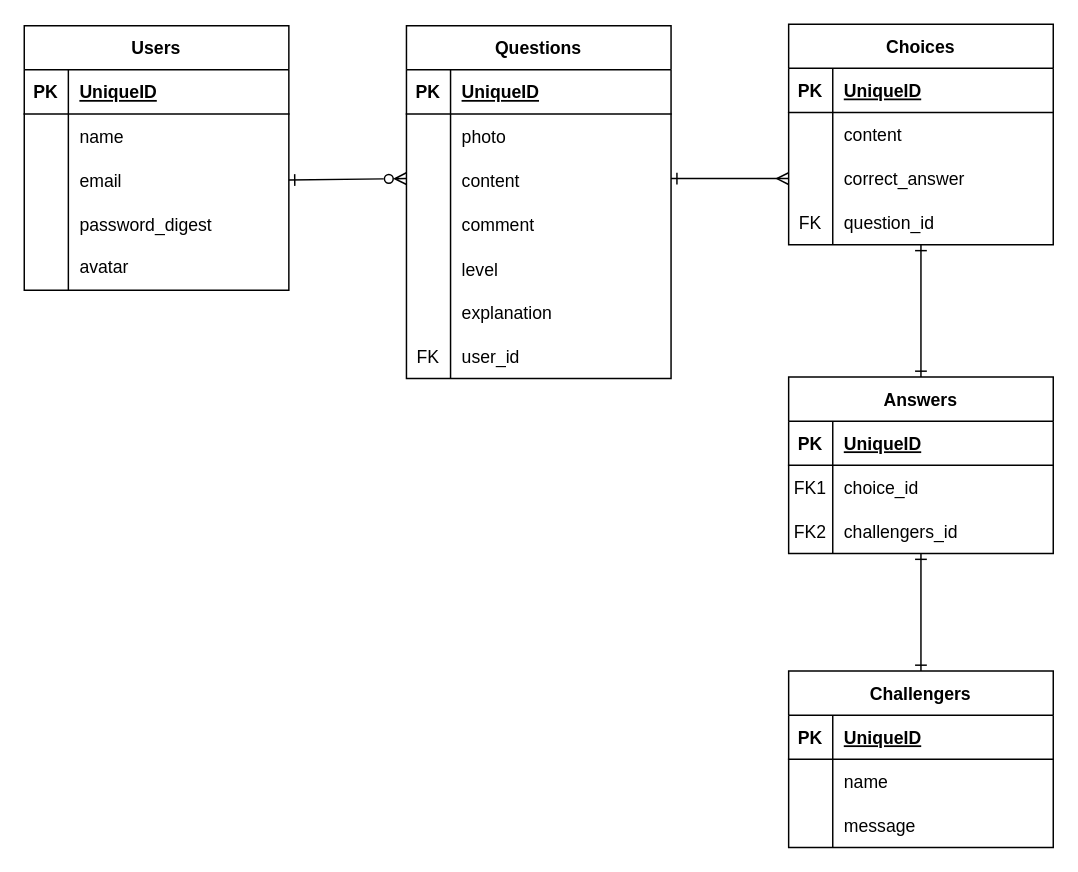
Above: ER.drawio in yamashita-a420/welcome_quiz (draw.io), before the change. Source tidied: cells renumbered, new cells numbered last; positions are measured from the earlier drawing's top-left corner, leaving out a move shared by most shapes. Both pictures are drawn from the tidied source at 147%, with x=0, y=0 at pixel (24, 24).
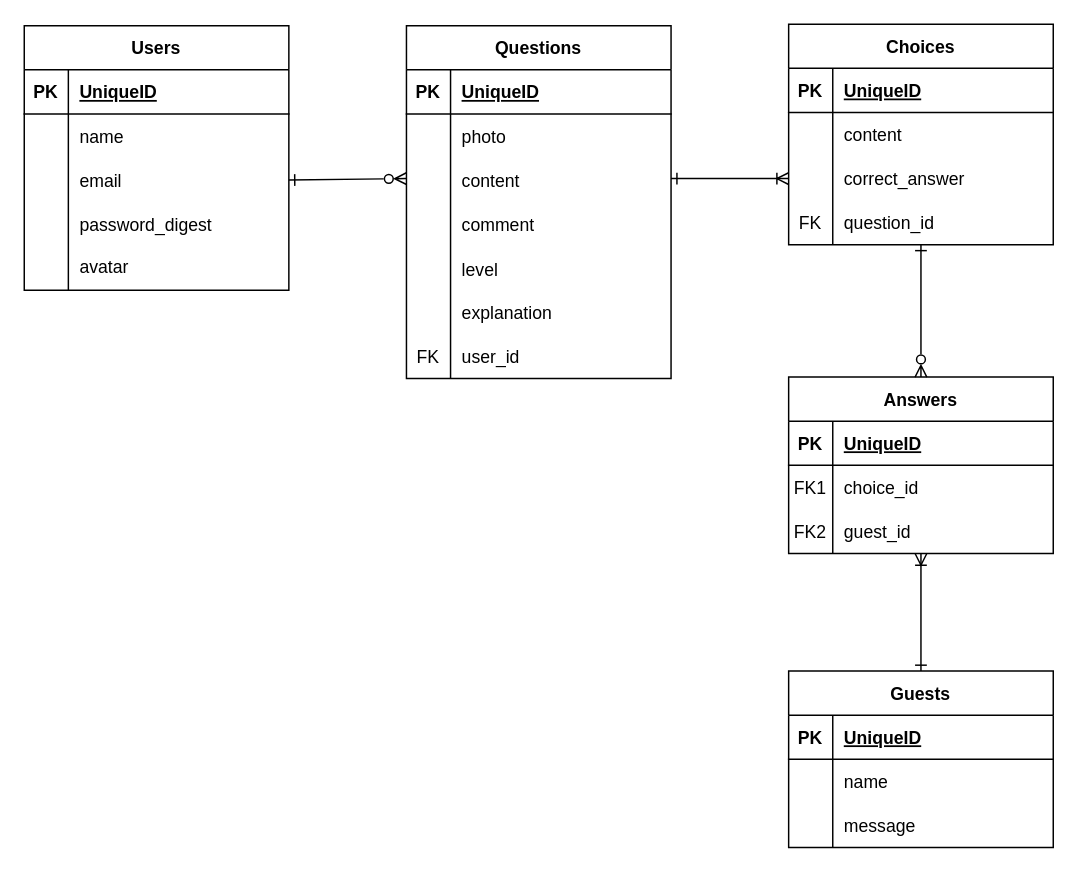
Above is the later version.

Commit message (it also covers changes not shown here):
Fix: テーブル名をGuestsテーブルに修正し、カーディナリティを多対多に修正

The change refers to these unchanged cells:
```xml
<mxCell id="9" style="shape=partialRectangle;fillColor=none;top=0;left=0;bottom=0;right=0;points=[[0,0.5],[1,0.5]];portConstraint=eastwest;" parent="2" vertex="1">
  <mxGeometry y="90" width="180" height="30" as="geometry" />
</mxCell>
<mxCell id="12" style="shape=partialRectangle;fillColor=none;top=0;left=0;bottom=0;right=0;points=[[0,0.5],[1,0.5]];portConstraint=eastwest;" parent="2" vertex="1">
  <mxGeometry y="120" width="180" height="30" as="geometry" />
</mxCell>
<mxCell id="15" value="Answers" style="shape=table;startSize=30;childLayout=tableLayout;rowLines=0;fontStyle=1;align=center;" parent="1" vertex="1">
  <mxGeometry x="520" y="240" width="180" height="120" as="geometry" />
</mxCell>
<mxCell id="22" style="shape=partialRectangle;fillColor=none;top=0;left=0;bottom=0;right=0;" parent="15" vertex="1">
  <mxGeometry y="90" width="180" height="30" as="geometry" />
</mxCell>
```

What changed in the source:
```diff
@@
-    <mxCell id="24" value="challengers_id" style="shape=partialRectangle;fillColor=none;top=0;left=0;bottom=0;right=0;align=left;spacingLeft=6;overflow=hidden;" parent="22" vertex="1">
+    <mxCell id="24" value="guest_id" style="shape=partialRectangle;fillColor=none;top=0;left=0;bottom=0;right=0;align=left;spacingLeft=6;overflow=hidden;" parent="22" vertex="1">
       <mxGeometry x="30" width="150" height="30" as="geometry" />
     </mxCell>
@@
-    <mxCell id="26" style="edgeStyle=none;html=1;exitX=1;exitY=0.5;exitDx=0;exitDy=0;entryX=0;entryY=0.5;entryDx=0;entryDy=0;startArrow=ERone;startFill=0;endArrow=ERmany;endFill=0;" parent="1" edge="1" target="9">
+    <mxCell id="26" style="edgeStyle=none;html=1;exitX=1;exitY=0.5;exitDx=0;exitDy=0;entryX=0;entryY=0.5;entryDx=0;entryDy=0;startArrow=ERone;startFill=0;endArrow=ERoneToMany;endFill=0;" parent="1" edge="1" target="9">
       <mxGeometry relative="1" as="geometry">
         <mxPoint x="440" y="105" as="sourcePoint" />
       </mxGeometry>
     </mxCell>
-    <mxCell id="27" style="html=1;exitX=0.5;exitY=0;exitDx=0;exitDy=0;startArrow=ERone;startFill=0;endArrow=ERone;endFill=0;" parent="1" edge="1" source="15" target="12">
+    <mxCell id="27" style="html=1;exitX=0.5;exitY=0;exitDx=0;exitDy=0;startArrow=ERzeroToMany;startFill=0;endArrow=ERone;endFill=0;" parent="1" edge="1" source="15" target="12">
       <mxGeometry relative="1" as="geometry" />
     </mxCell>
-    <mxCell id="28" value="Challengers" style="shape=table;startSize=30;childLayout=tableLayout;rowLines=0;fontStyle=1;align=center;" parent="1" vertex="1">
+    <mxCell id="28" value="Guests" style="shape=table;startSize=30;childLayout=tableLayout;rowLines=0;fontStyle=1;align=center;" parent="1" vertex="1">
       <mxGeometry x="520" y="440" width="180" height="120" as="geometry" />
     </mxCell>
@@
-    <mxCell id="38" style="edgeStyle=none;html=1;startArrow=ERone;startFill=0;endArrow=ERone;endFill=0;entryX=0.5;entryY=0;entryDx=0;entryDy=0;" parent="1" edge="1" target="28">
+    <mxCell id="38" style="edgeStyle=none;html=1;startArrow=ERoneToMany;startFill=0;endArrow=ERone;endFill=0;entryX=0.5;entryY=0;entryDx=0;entryDy=0;" parent="1" edge="1" target="28">
       <mxGeometry relative="1" as="geometry">
         <mxPoint x="610" y="360" as="sourcePoint" />
       </mxGeometry>
     </mxCell>
```
